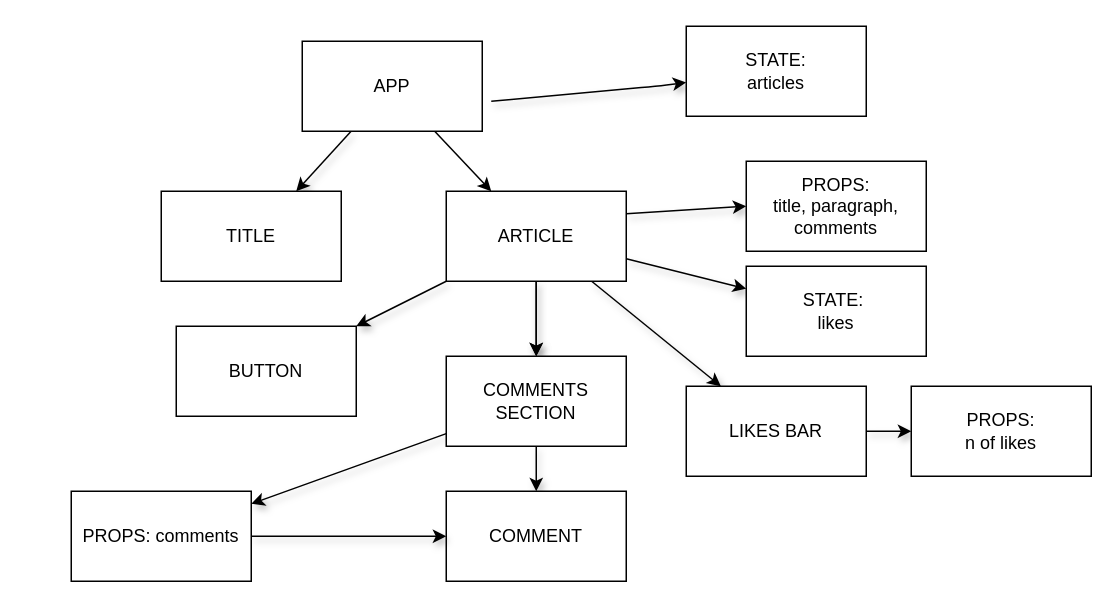
SchoolOfCode/w10_recap-tasks-ValerioCipolla keeps this draw.io diagram as components.drawio. Above is the earlier version. Source tidied: cells renumbered, new cells numbered last; positions are measured from the earlier drawing's top-left corner, leaving out a move shared by most shapes. Both pictures are drawn from the tidied source at 150%, with x=0, y=0 at pixel (70, 26).
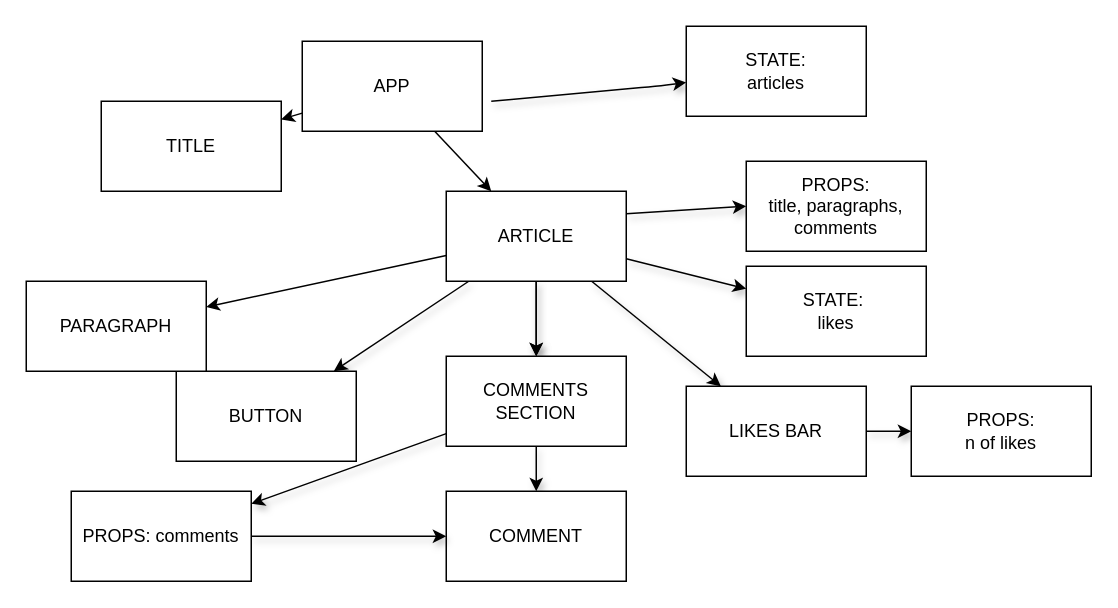
After the change.

Commit message (it also covers changes not shown here):
refactored code for paragraphs and article titles

Unchanged cells that the change refers to:
```xml
<mxCell id="4" value="APP&lt;br&gt;" style="whiteSpace=wrap;html=1;" parent="1" vertex="1">
  <mxGeometry x="154" y="10" width="120" height="60" as="geometry" />
</mxCell>
<mxCell id="13" value="ARTICLE" style="whiteSpace=wrap;html=1;" parent="1" vertex="1">
  <mxGeometry x="250" y="110" width="120" height="60" as="geometry" />
</mxCell>
```

Change to the diagram source:
```diff
@@
-    <mxCell id="3" style="edgeStyle=none;html=1;shadow=1;" parent="1" edge="1" source="4">
-      <mxGeometry relative="1" as="geometry">
-        <mxPoint x="150" y="110" as="targetPoint" />
-      </mxGeometry>
-    </mxCell>
+    <mxCell id="27" style="edgeStyle=none;html=1;" parent="1" edge="1" source="4" target="5">
+      <mxGeometry relative="1" as="geometry" />
+    </mxCell>
@@
     <mxCell id="5" value="TITLE" style="whiteSpace=wrap;html=1;" parent="1" vertex="1">
-      <mxGeometry x="60" y="110" width="120" height="60" as="geometry" />
+      <mxGeometry x="20" y="50" width="120" height="60" as="geometry" />
     </mxCell>
@@
+    <mxCell id="28" style="edgeStyle=none;html=1;" parent="1" edge="1" source="13" target="29">
+      <mxGeometry relative="1" as="geometry" />
+    </mxCell>
@@
     <mxCell id="19" value="BUTTON" style="whiteSpace=wrap;html=1;" parent="1" vertex="1">
-      <mxGeometry x="70" y="200" width="120" height="60" as="geometry" />
+      <mxGeometry x="70" y="230" width="120" height="60" as="geometry" />
     </mxCell>
-    <mxCell id="20" value="PROPS:&lt;br&gt;title, paragraph, comments" style="whiteSpace=wrap;html=1;" parent="1" vertex="1">
+    <mxCell id="20" value="PROPS:&lt;br&gt;title, paragraphs, comments" style="whiteSpace=wrap;html=1;" parent="1" vertex="1">
       <mxGeometry x="450" y="90" width="120" height="60" as="geometry" />
     </mxCell>
@@
+    <mxCell id="29" value="PARAGRAPH" style="whiteSpace=wrap;html=1;" parent="1" vertex="1">
+      <mxGeometry x="-30" y="170" width="120" height="60" as="geometry" />
+    </mxCell>
```
